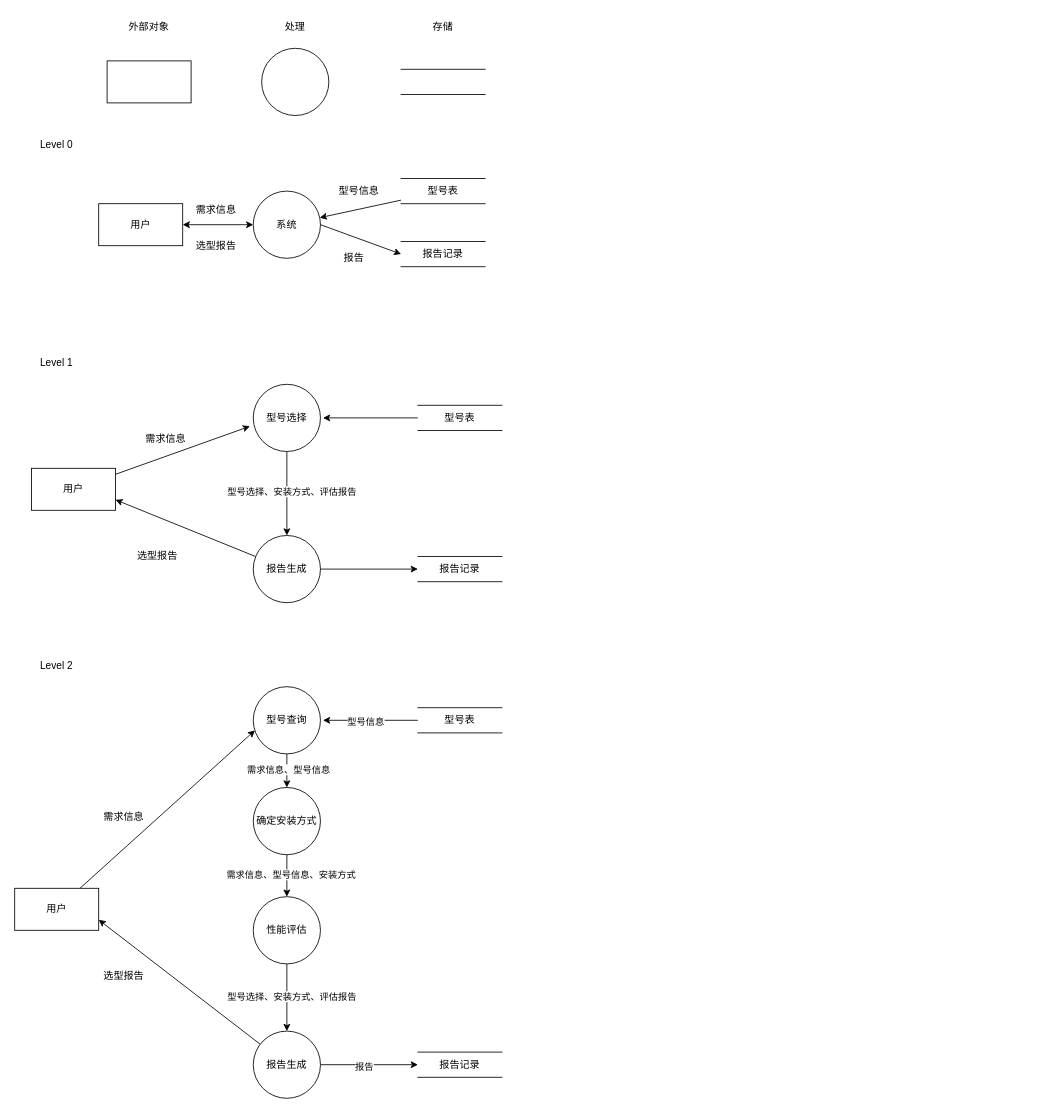
This is dampers.drawio from zhugy08/drawio, a draw.io file, before an edit. Source tidied: cells renumbered, new cells numbered last; positions are measured from the earlier drawing's top-left corner, leaving out a move shared by most shapes. Both pictures are drawn from the tidied source at 84%, with x=0, y=0 at pixel (14, 14).
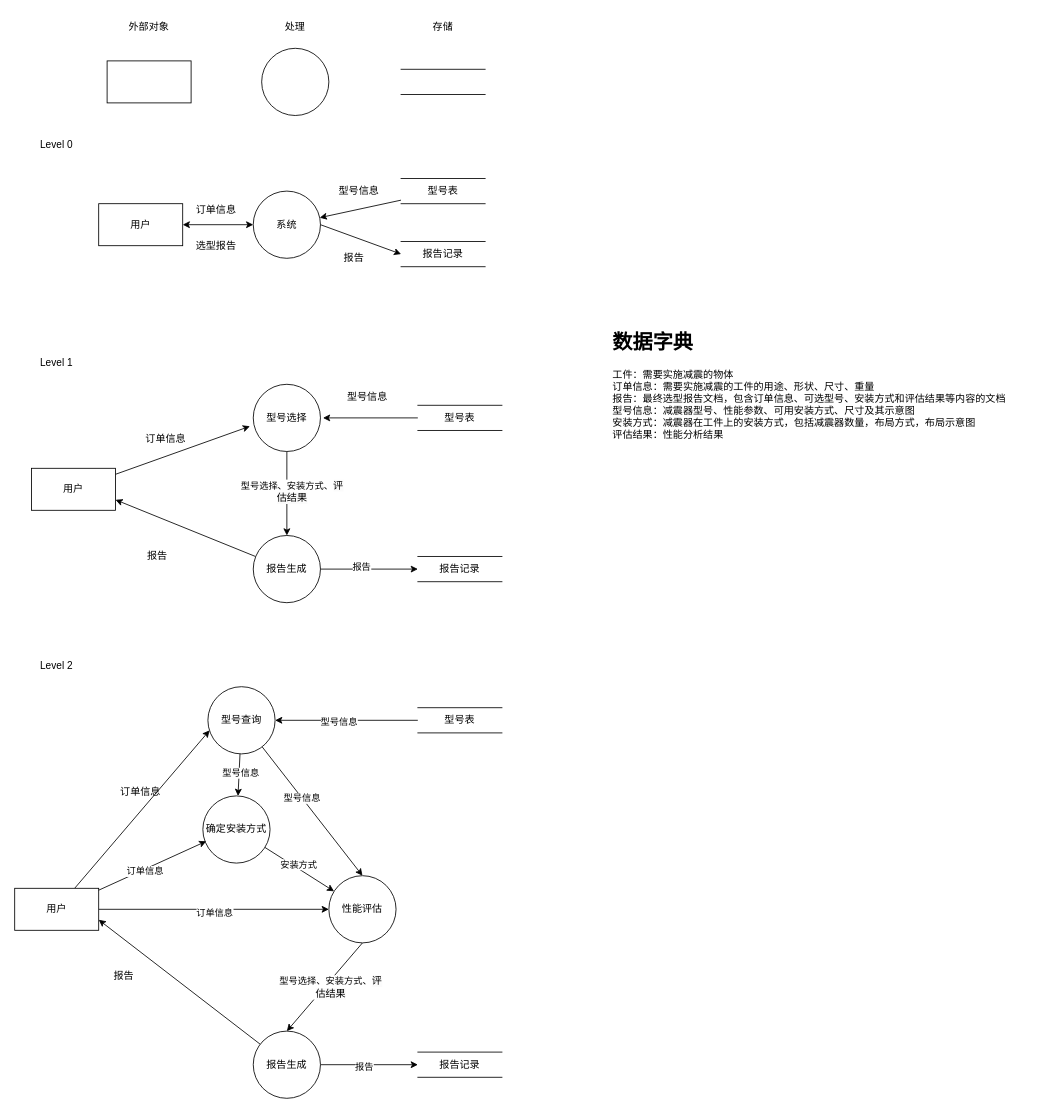
Above is the later version.

Unchanged cells that the change refers to:
```xml
<mxCell id="22" style="endArrow=classic;html=1;rounded=0;entryX=0;entryY=0.5;entryDx=0;entryDy=0;" parent="1" edge="1" source="31" target="21">
  <mxGeometry relative="1" as="geometry" />
</mxCell>
<mxCell id="27" style="edgeStyle=orthogonalEdgeStyle;rounded=0;jettySize=auto;html=1;entryX=0.5;entryY=0;entryDx=0;entryDy=0;" parent="1" edge="1" source="29" target="31">
  <mxGeometry relative="1" as="geometry" />
</mxCell>
<mxCell id="36" value="用户" style="html=1;dashed=0;whiteSpace=wrap;" parent="1" vertex="1">
  <mxGeometry y="1040" width="100" height="50" as="geometry" />
</mxCell>
<mxCell id="40" value="型号表" style="html=1;dashed=0;whiteSpace=wrap;shape=partialRectangle;right=0;left=0;" parent="1" vertex="1">
  <mxGeometry x="480" y="825" width="100" height="30" as="geometry" />
</mxCell>
<mxCell id="46" style="rounded=0;jettySize=auto;html=1;" parent="1" edge="1" source="48" target="55">
  <mxGeometry relative="1" as="geometry" />
</mxCell>
<mxCell id="50" value="报告生成" style="ellipse;whiteSpace=wrap;html=1;" parent="1" vertex="1">
  <mxGeometry x="284" y="1210" width="80" height="80" as="geometry" />
</mxCell>
<mxCell id="53" style="rounded=0;jettySize=auto;html=1;" parent="1" edge="1" source="55" target="56">
  <mxGeometry relative="1" as="geometry" />
</mxCell>
```

Diff of the diagram source:
```diff
@@
+    <mxCell id="57" value="报告" style="edgeLabel;html=1;align=center;verticalAlign=middle;" parent="22" vertex="1">
+      <mxGeometry x="-0.17" y="3" relative="1" as="geometry" />
+    </mxCell>
-    <mxCell id="23" value="需求信息" style="text;html=1;align=center;verticalAlign=middle;whiteSpace=wrap;rounded=0;" parent="1" vertex="1">
+    <mxCell id="23" value="订单信息" style="text;html=1;align=center;verticalAlign=middle;whiteSpace=wrap;rounded=0;" parent="1" vertex="1">
       <mxGeometry x="210" y="218" width="60" height="30" as="geometry" />
     </mxCell>
@@
-    <mxCell id="28" value="型号选择、安装方式、评估报告" style="edgeLabel;html=1;align=center;verticalAlign=middle;" parent="27" vertex="1">
+    <mxCell id="28" value="型号选择、安装方式、&lt;span style=&quot;font-size: 12px; text-align: left; text-wrap: wrap; background-color: rgb(251, 251, 251);&quot;&gt;评估结果&lt;/span&gt;" style="edgeLabel;html=1;align=center;verticalAlign=middle;" parent="27" vertex="1">
       <mxGeometry x="-0.06" y="5" relative="1" as="geometry" />
     </mxCell>
@@
-    <mxCell id="32" value="需求信息" style="text;html=1;align=center;verticalAlign=middle;whiteSpace=wrap;rounded=0;" parent="1" vertex="1">
+    <mxCell id="32" value="订单信息" style="text;html=1;align=center;verticalAlign=middle;whiteSpace=wrap;rounded=0;" parent="1" vertex="1">
       <mxGeometry x="150" y="490" width="60" height="30" as="geometry" />
     </mxCell>
-    <mxCell id="33" value="选型报告" style="text;html=1;align=center;verticalAlign=middle;whiteSpace=wrap;rounded=0;" parent="1" vertex="1">
+    <mxCell id="33" value="报告" style="text;html=1;align=center;verticalAlign=middle;whiteSpace=wrap;rounded=0;" parent="1" vertex="1">
       <mxGeometry x="140" y="630" width="60" height="30" as="geometry" />
     </mxCell>
@@
+    <mxCell id="58" style="edgeStyle=orthogonalEdgeStyle;rounded=0;jettySize=auto;html=1;entryX=0;entryY=0.5;entryDx=0;entryDy=0;" parent="1" edge="1" source="36" target="56">
+      <mxGeometry relative="1" as="geometry" />
+    </mxCell>
+    <mxCell id="59" value="订单信息" style="edgeLabel;html=1;align=center;verticalAlign=middle;" parent="58" vertex="1">
+      <mxGeometry y="-3" relative="1" as="geometry" />
+    </mxCell>
@@
-    <mxCell id="37" style="rounded=0;jettySize=auto;html=1;startArrow=classic;startFill=1;endArrow=none;endFill=0;" parent="1" edge="1" target="40">
-      <mxGeometry relative="1" as="geometry">
-        <mxPoint x="367" y="840" as="sourcePoint" />
-      </mxGeometry>
+    <mxCell id="37" style="rounded=0;jettySize=auto;html=1;startArrow=classic;startFill=1;endArrow=none;endFill=0;exitX=1;exitY=0.5;exitDx=0;exitDy=0;" parent="1" edge="1" source="48" target="40">
+      <mxGeometry relative="1" as="geometry" />
     </mxCell>
@@
-    <mxCell id="44" style="edgeStyle=orthogonalEdgeStyle;rounded=0;jettySize=auto;html=1;entryX=0.5;entryY=0;entryDx=0;entryDy=0;exitX=0.5;exitY=1;exitDx=0;exitDy=0;" parent="1" edge="1" source="56" target="50">
+    <mxCell id="44" style="rounded=0;jettySize=auto;html=1;entryX=0.5;entryY=0;entryDx=0;entryDy=0;exitX=0.5;exitY=1;exitDx=0;exitDy=0;" parent="1" edge="1" source="56" target="50">
       <mxGeometry relative="1" as="geometry" />
     </mxCell>
-    <mxCell id="45" value="型号选择、安装方式、评估报告" style="edgeLabel;html=1;align=center;verticalAlign=middle;" parent="44" vertex="1">
+    <mxCell id="45" value="型号选择、安装方式、&lt;span style=&quot;font-size: 12px; text-align: left; text-wrap: wrap; background-color: rgb(251, 251, 251);&quot;&gt;评估结果&lt;/span&gt;" style="edgeLabel;html=1;align=center;verticalAlign=middle;" parent="44" vertex="1">
       <mxGeometry x="-0.06" y="5" relative="1" as="geometry" />
     </mxCell>
@@
-    <mxCell id="47" value="需求信息、型号信息" style="edgeLabel;html=1;align=center;verticalAlign=middle;" parent="46" vertex="1">
+    <mxCell id="47" value="型号信息" style="edgeLabel;html=1;align=center;verticalAlign=middle;" parent="46" vertex="1">
       <mxGeometry x="-0.1" y="1" relative="1" as="geometry" />
     </mxCell>
+    <mxCell id="60" style="rounded=0;jettySize=auto;html=1;entryX=0.5;entryY=0;entryDx=0;entryDy=0;" parent="1" edge="1" source="48" target="56">
+      <mxGeometry relative="1" as="geometry" />
+    </mxCell>
+    <mxCell id="61" value="型号信息" style="edgeLabel;html=1;align=center;verticalAlign=middle;" parent="60" vertex="1">
+      <mxGeometry x="-0.21" y="-1" relative="1" as="geometry" />
+    </mxCell>
     <mxCell id="48" value="型号查询" style="ellipse;whiteSpace=wrap;html=1;" parent="1" vertex="1">
-      <mxGeometry x="284" y="800" width="80" height="80" as="geometry" />
+      <mxGeometry x="230" y="800" width="80" height="80" as="geometry" />
     </mxCell>
@@
-    <mxCell id="51" value="需求信息" style="text;html=1;align=center;verticalAlign=middle;whiteSpace=wrap;rounded=0;" parent="1" vertex="1">
-      <mxGeometry x="100" y="940" width="60" height="30" as="geometry" />
+    <mxCell id="51" value="订单信息" style="text;html=1;align=center;verticalAlign=middle;whiteSpace=wrap;rounded=0;" parent="1" vertex="1">
+      <mxGeometry x="120" y="910" width="60" height="30" as="geometry" />
     </mxCell>
-    <mxCell id="52" value="选型报告" style="text;html=1;align=center;verticalAlign=middle;whiteSpace=wrap;rounded=0;" parent="1" vertex="1">
+    <mxCell id="52" value="报告" style="text;html=1;align=center;verticalAlign=middle;whiteSpace=wrap;rounded=0;" parent="1" vertex="1">
       <mxGeometry x="100" y="1130" width="60" height="30" as="geometry" />
     </mxCell>
@@
-    <mxCell id="54" value="需求信息、型号信息、安装方式" style="edgeLabel;html=1;align=center;verticalAlign=middle;" parent="53" vertex="1">
+    <mxCell id="54" value="安装方式" style="edgeLabel;html=1;align=center;verticalAlign=middle;" parent="53" vertex="1">
       <mxGeometry x="-0.1" y="4" relative="1" as="geometry" />
     </mxCell>
     <mxCell id="55" value="确定安装方式" style="ellipse;whiteSpace=wrap;html=1;" parent="1" vertex="1">
-      <mxGeometry x="284" y="920" width="80" height="80" as="geometry" />
+      <mxGeometry x="224" y="930" width="80" height="80" as="geometry" />
     </mxCell>
     <mxCell id="56" value="性能评估" style="ellipse;whiteSpace=wrap;html=1;" parent="1" vertex="1">
-      <mxGeometry x="284" y="1050" width="80" height="80" as="geometry" />
+      <mxGeometry x="374" y="1025" width="80" height="80" as="geometry" />
     </mxCell>
+    <mxCell id="62" value="&lt;h1 style=&quot;margin-top: 0px;&quot;&gt;数据字典&lt;/h1&gt;&lt;div&gt;工件：&lt;span style=&quot;background-color: initial;&quot;&gt;需要实施减震的物体&lt;/span&gt;&lt;/div&gt;&lt;div&gt;订单信息：需要实施减震的工件的用途、形状、尺寸、重量&lt;/div&gt;&lt;div&gt;报告：最终选型报告文档，包含订单信息、可选型号、安装方式和评估结果等内容的文档&lt;/div&gt;&lt;div&gt;型号信息：减震器型号、性能参数、可用安装方式、尺寸及其示意图&lt;/div&gt;&lt;div&gt;安装方式：减震器在工件上的安装方式，包括减震器数量，布局方式，布局示意图&lt;/div&gt;&lt;div&gt;评估结果：性能分析结果&lt;br&gt;&lt;/div&gt;&lt;div&gt;&lt;br&gt;&lt;/div&gt;&lt;div&gt;&lt;br&gt;&lt;/div&gt;" style="text;html=1;whiteSpace=wrap;overflow=hidden;rounded=0;" parent="1" vertex="1">
+      <mxGeometry x="710" y="370" width="520" height="270" as="geometry" />
+    </mxCell>
+    <mxCell id="63" value="型号信息" style="text;html=1;align=center;verticalAlign=middle;whiteSpace=wrap;rounded=0;" parent="1" vertex="1">
+      <mxGeometry x="390" y="440" width="60" height="30" as="geometry" />
+    </mxCell>
+    <mxCell id="64" style="rounded=0;jettySize=auto;html=1;entryX=0.05;entryY=0.675;entryDx=0;entryDy=0;entryPerimeter=0;" parent="1" edge="1" source="36" target="55">
+      <mxGeometry relative="1" as="geometry" />
+    </mxCell>
+    <mxCell id="65" value="订单信息" style="edgeLabel;html=1;align=center;verticalAlign=middle;" parent="64" vertex="1">
+      <mxGeometry x="-0.16" y="-3" relative="1" as="geometry">
+        <mxPoint y="-1" as="offset" />
+      </mxGeometry>
+    </mxCell>
```
